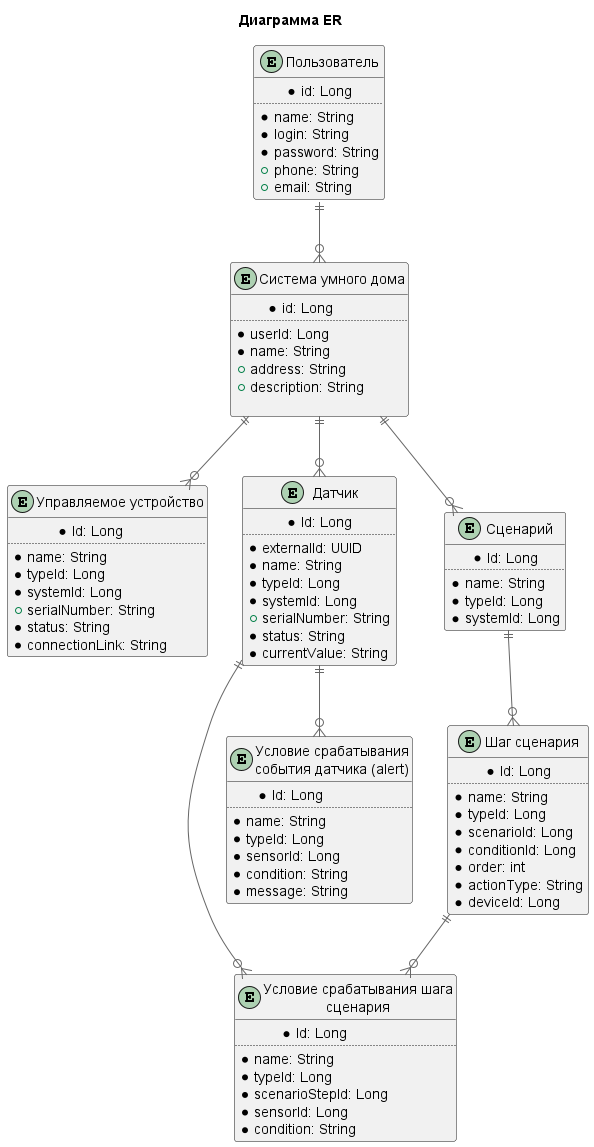
Before: docs/to_be/ER.png, a diagram exported from PlantUML (Chuhones/architecture-sprint-3). Its diagram source:
```plantuml
@startuml

!includeurl https://raw.githubusercontent.com/plantuml-stdlib/C4-PlantUML/master/C4_Container.puml
!include https://raw.githubusercontent.com/plantuml-stdlib/C4-PlantUML/master/C4_Component.puml

title Диаграмма ER

entity User as "Пользователь" {
    *id: Long
    ..
    *name: String
    *login: String
    *password: String
    +phone: String
    +email: String
}

entity System as "Система умного дома"{
    *id: Long
    ..
    *userId: Long
    *name: String
    +address: String
    +description: String

}

entity Device as "Управляемое устройство"{
    *Id: Long
    ..
    *name: String
    *typeId: Long
    *systemId: Long
    +serialNumber: String
    *status: String
    *connectionLink: String
}

entity Sensor as "Датчик"{
    *Id: Long
    ..
    *externalId: UUID
    *name: String
    *typeId: Long
    *systemId: Long
    +serialNumber: String
    *status: String
    *currentValue: String
}

entity Scenario as "Сценарий"{
    *Id: Long
    ..
    *name: String
    *typeId: Long
    *systemId: Long
}

entity ScenarioStep as "Шаг сценария"{
    *Id: Long
    ..
    *name: String
    *typeId: Long
    *scenarioId: Long
    *conditionId: Long
    *order: int
    *actionType: String
    *deviceId: Long
}

entity ScenarioCondition as "Условие срабатывания шага сценария"{
    *Id: Long
    ..
    *name: String
    *typeId: Long
    *scenarioStepId: Long
    *sensorId: Long
    *condition: String
}

entity SensorAlertTemplate as "Условие срабатывания события датчика (alert)"{
    *Id: Long
    ..
    *name: String
    *typeId: Long
    *sensorId: Long
    *condition: String
    *message: String
}

User::Id ||--o{ System
System ||--o{ Device
System ||--o{ Sensor
System ||--o{ Scenario
Sensor ||--o{ SensorAlertTemplate
Sensor ||--o{ ScenarioCondition
Scenario ||--o{ ScenarioStep
ScenarioStep ||--o{ ScenarioCondition
@enduml
```
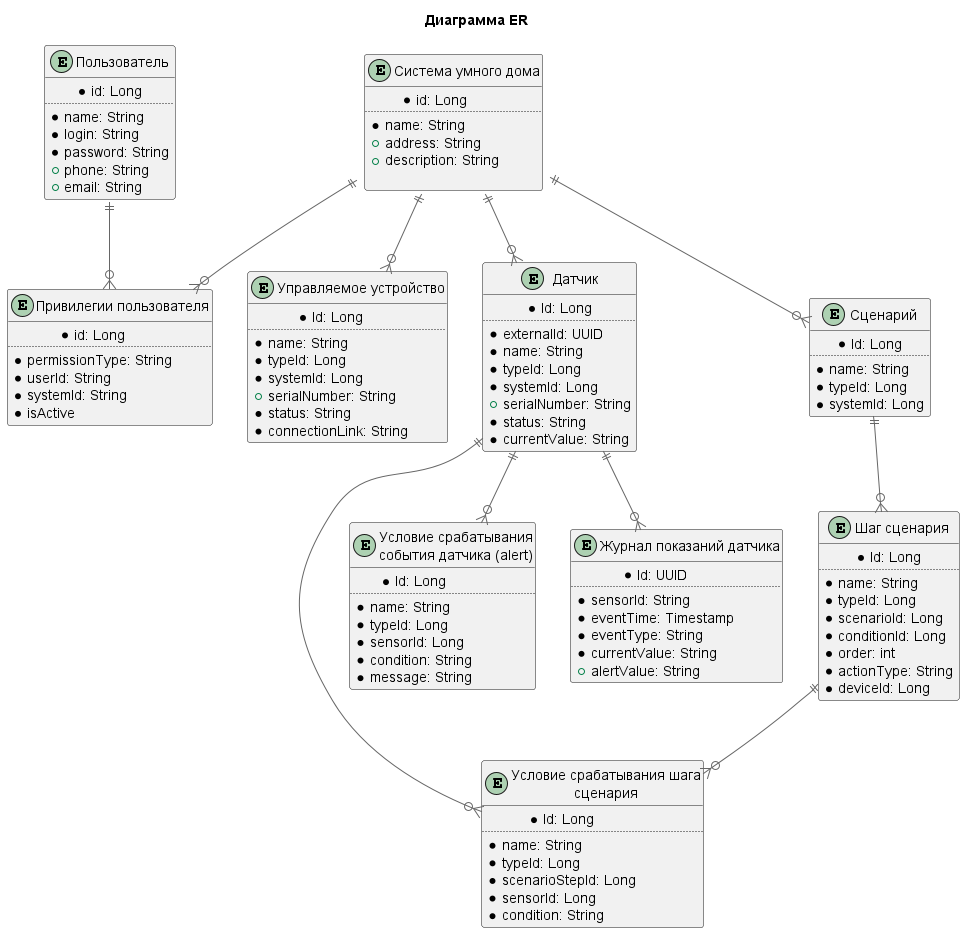
After the commit.

Commit message:
Исправления по замечаниям 1: добавлена промежуточная таблица между пользователем и системой для поддержки связи многие-ко-многим. Добавлена таблица для хранения исторических показаний датчика

Diff of the diagram source:
```diff
@@ -15,10 +15,18 @@
     +email: String
 }
 
+entity UserPermission as "Привилегии пользователя" {
+    *id: Long
+    ..
+    *permissionType: String
+    *userId: String
+    *systemId: String
+    *isActive
+}
+
 entity System as "Система умного дома"{
     *id: Long
     ..
-    *userId: Long
     *name: String
     +address: String
     +description: String
@@ -88,12 +96,24 @@
     *message: String
 }
 
-User::Id ||--o{ System
+entity SensorEventLog as "Журнал показаний датчика"{
+    *Id: UUID
+    ..
+    *sensorId: String
+    *eventTime: Timestamp
+    *eventType: String
+    *currentValue: String
+    +alertValue: String
+}
+
+User::Id ||--o{ UserPermission
+System::Id ||--o{ UserPermission
 System ||--o{ Device
 System ||--o{ Sensor
 System ||--o{ Scenario
 Sensor ||--o{ SensorAlertTemplate
 Sensor ||--o{ ScenarioCondition
+Sensor ||--o{ SensorEventLog
 Scenario ||--o{ ScenarioStep
 ScenarioStep ||--o{ ScenarioCondition
 @enduml
```
